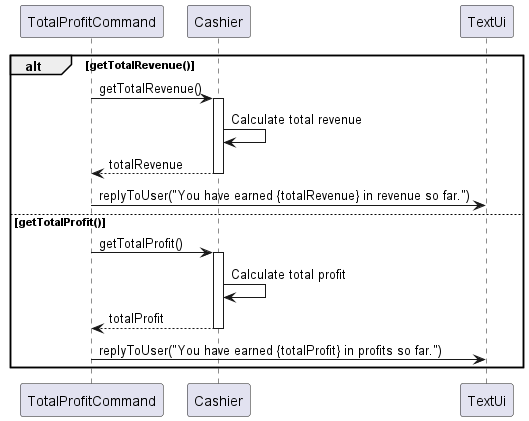
Before: docs/Diagrams/Images/Cashier/TotalProfitCommand_SequenceDiagram.png, a diagram exported from PlantUML (LowTL/tp).
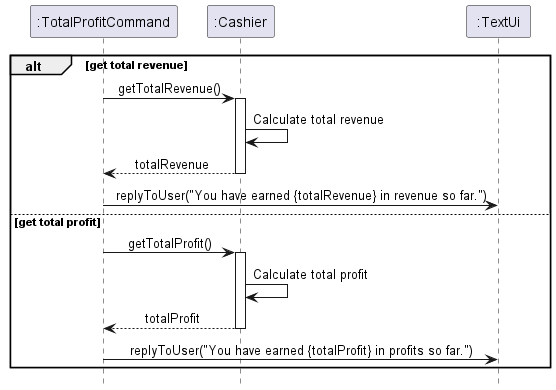
The same file after the commit.

Diff of the diagram source:
```diff
@@ -1,16 +1,18 @@
 @startuml
-participant TotalProfitCommand
-participant Cashier
-participant TextUi
+!include ../Style.puml
 
-alt getTotalRevenue()
+participant ":TotalProfitCommand" as TotalProfitCommand
+participant ":Cashier" as Cashier
+participant ":TextUi" as TextUi
+
+alt get total revenue
     TotalProfitCommand -> Cashier: getTotalRevenue()
     activate Cashier
     Cashier -> Cashier: Calculate total revenue
     Cashier --> TotalProfitCommand: totalRevenue
     deactivate Cashier
     TotalProfitCommand -> TextUi: replyToUser("You have earned {totalRevenue} in revenue so far.")
-else getTotalProfit()
+else get total profit
     TotalProfitCommand -> Cashier: getTotalProfit()
     activate Cashier
     Cashier -> Cashier: Calculate total profit
```
